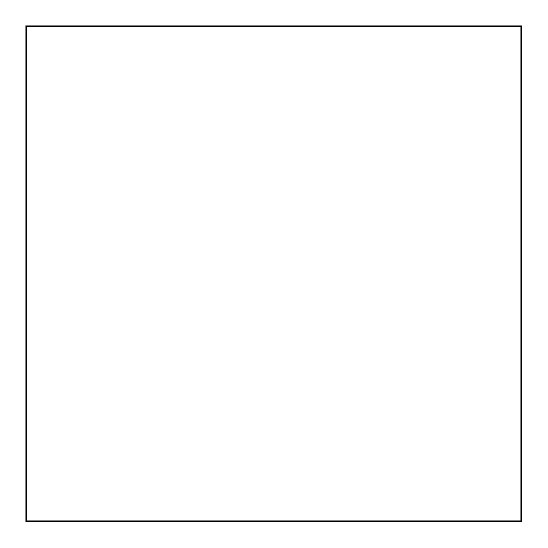
Earlier version of the draw.io diagram spring part 2/javaCrswrk.drawio (omerazhar2004/Uni-CompSci). Source tidied: cells renumbered, new cells numbered last; positions are measured from the earlier drawing's top-left corner, leaving out a move shared by most shapes. Both pictures are drawn from the tidied source at 150%, with x=0, y=0 at pixel (26, 26).
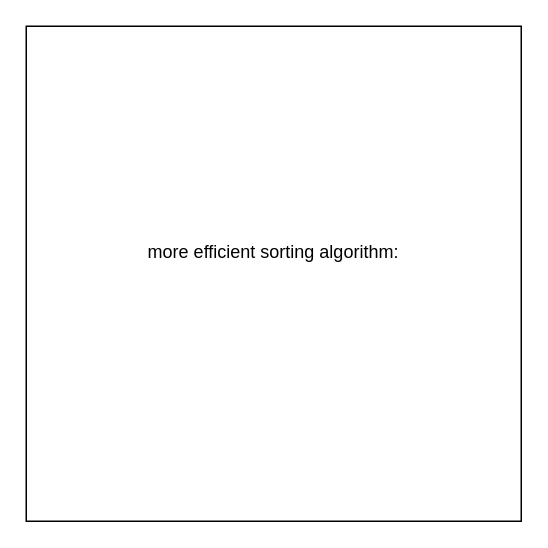
After the change.

Change to the diagram source:
```diff
@@
 <mxGraphModel>
   <root>
     <mxCell id="0" />
     <mxCell id="1" parent="0" />
-    <mxCell id="2" style="whiteSpace=wrap;html=1;" parent="1" vertex="1">
+    <mxCell id="2" value="more efficient sorting algorithm:&lt;div&gt;&lt;br&gt;&lt;div&gt;&lt;br&gt;&lt;/div&gt;&lt;/div&gt;" style="whiteSpace=wrap;html=1;" parent="1" vertex="1">
       <mxGeometry width="330" height="330" as="geometry" />
     </mxCell>
   </root>
 </mxGraphModel>
```
